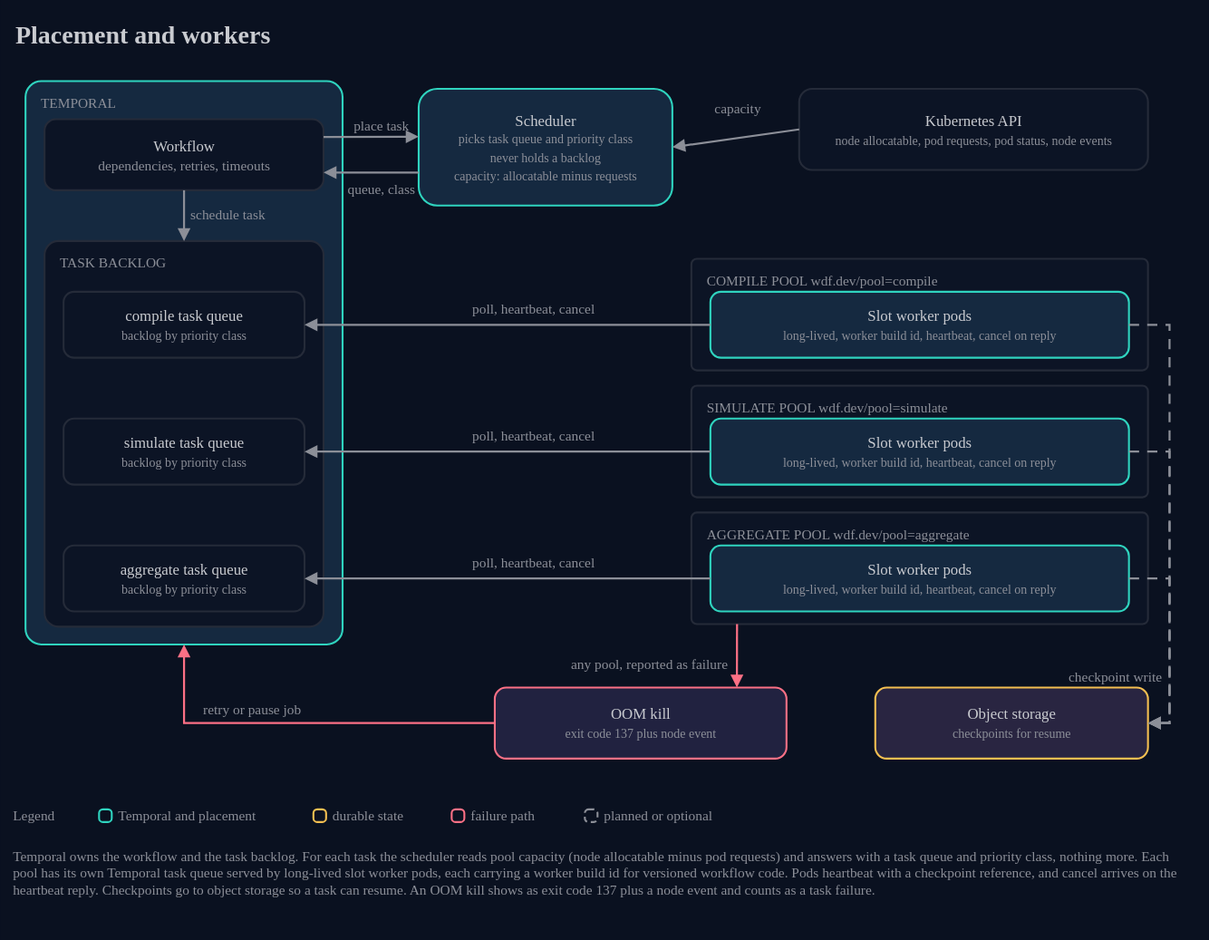
AndoNorth/wasm-dag-forge keeps this draw.io diagram as docs/architecture/11-placement-and-workers.drawio.svg. Above is the earlier version. Source tidied: cells renumbered, new cells last; positions are measured from the earlier drawing's top-left corner, leaving out a move shared by most shapes.
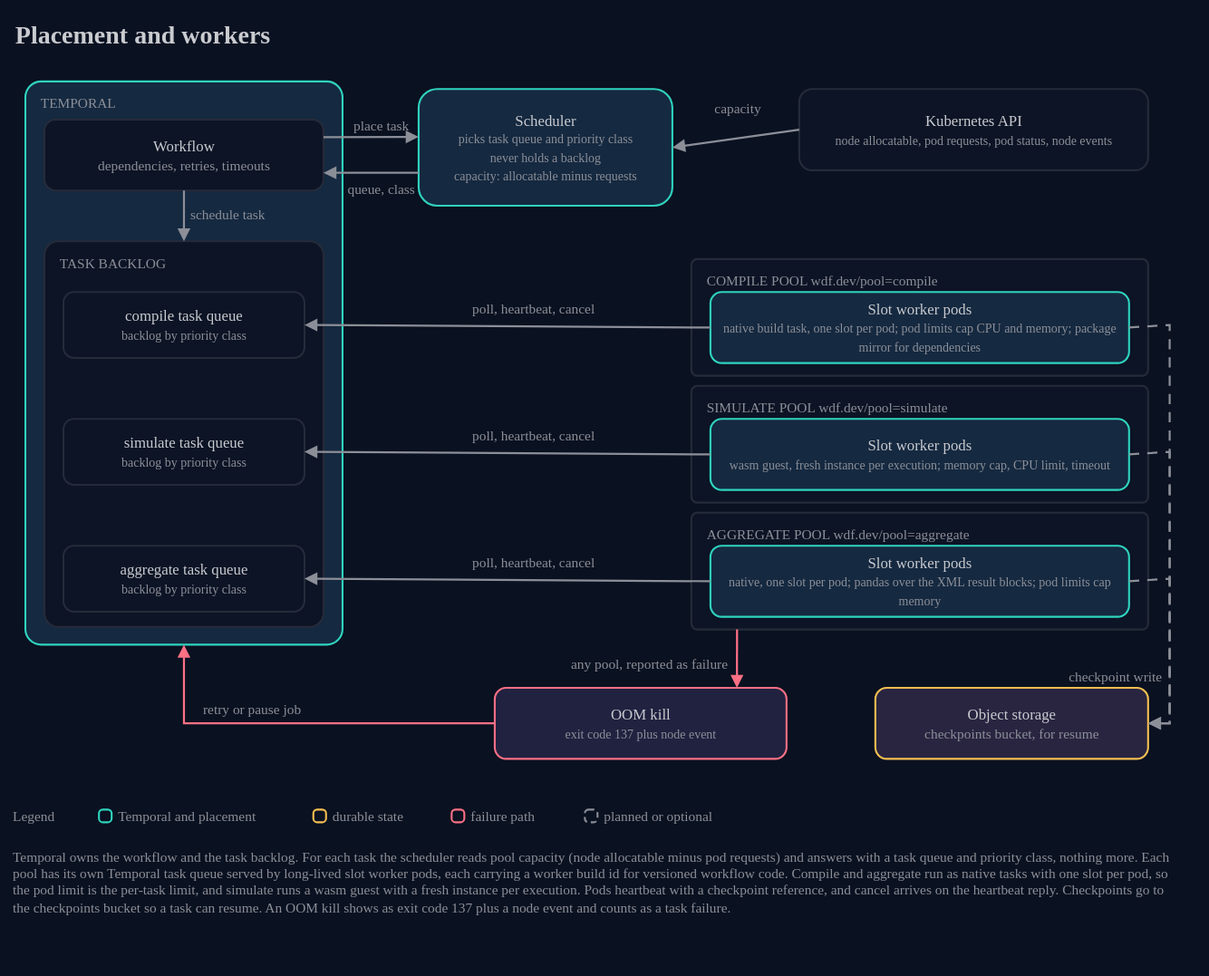
Later version of the same file.

Diff of the diagram source:
```diff
@@ -36,36 +36,36 @@
       <mxGeometry x="620" y="60" width="275" height="64" as="geometry" />
     </mxCell>
     <mxCell id="13" style="rounded=1;arcSize=5;html=1;whiteSpace=wrap;fillColor=#0c1425;strokeColor=#252b39;strokeWidth=1.5;fontColor=#c9cbd0;fontSize=12;fontFamily=IBM Plex Sans;verticalAlign=top;align=left;" parent="1" vertex="1">
-      <mxGeometry x="535" y="194" width="360" height="88" as="geometry" />
+      <mxGeometry x="535" y="194" width="360" height="92" as="geometry" />
     </mxCell>
     <mxCell id="14" value="COMPILE POOL  wdf.dev/pool=compile" style="text;html=1;strokeColor=none;fillColor=none;align=left;verticalAlign=middle;whiteSpace=nowrap;fontColor=#8c8f98;fontSize=11;fontFamily=IBM Plex Mono;spacing=0;" parent="1" vertex="1">
       <mxGeometry x="547" y="202" width="336" height="18" as="geometry" />
     </mxCell>
-    <mxCell id="15" value="Slot worker pods&lt;br&gt;&lt;font color=&quot;#8c8f98&quot; style=&quot;font-size:10px&quot;&gt;long-lived, worker build id, heartbeat, cancel on reply&lt;/font&gt;" style="rounded=1;arcSize=16;html=1;whiteSpace=wrap;fillColor=#152940;strokeColor=#2fd4bf;strokeWidth=1.5;fontColor=#c9cbd0;fontSize=12;fontFamily=IBM Plex Sans;" parent="1" vertex="1">
-      <mxGeometry x="550" y="220" width="330" height="52" as="geometry" />
+    <mxCell id="15" value="Slot worker pods&lt;br&gt;&lt;font color=&quot;#8c8f98&quot; style=&quot;font-size:10px&quot;&gt;native build task, one slot per pod; pod limits cap CPU and memory; package mirror for dependencies&lt;/font&gt;" style="rounded=1;arcSize=16;html=1;whiteSpace=wrap;fillColor=#152940;strokeColor=#2fd4bf;strokeWidth=1.5;fontColor=#c9cbd0;fontSize=12;fontFamily=IBM Plex Sans;" parent="1" vertex="1">
+      <mxGeometry x="550" y="220" width="330" height="56" as="geometry" />
     </mxCell>
     <mxCell id="16" style="rounded=1;arcSize=5;html=1;whiteSpace=wrap;fillColor=#0c1425;strokeColor=#252b39;strokeWidth=1.5;fontColor=#c9cbd0;fontSize=12;fontFamily=IBM Plex Sans;verticalAlign=top;align=left;" parent="1" vertex="1">
-      <mxGeometry x="535" y="294" width="360" height="88" as="geometry" />
+      <mxGeometry x="535" y="294" width="360" height="92" as="geometry" />
     </mxCell>
     <mxCell id="17" value="SIMULATE POOL  wdf.dev/pool=simulate" style="text;html=1;strokeColor=none;fillColor=none;align=left;verticalAlign=middle;whiteSpace=nowrap;fontColor=#8c8f98;fontSize=11;fontFamily=IBM Plex Mono;spacing=0;" parent="1" vertex="1">
       <mxGeometry x="547" y="302" width="336" height="18" as="geometry" />
     </mxCell>
-    <mxCell id="18" value="Slot worker pods&lt;br&gt;&lt;font color=&quot;#8c8f98&quot; style=&quot;font-size:10px&quot;&gt;long-lived, worker build id, heartbeat, cancel on reply&lt;/font&gt;" style="rounded=1;arcSize=16;html=1;whiteSpace=wrap;fillColor=#152940;strokeColor=#2fd4bf;strokeWidth=1.5;fontColor=#c9cbd0;fontSize=12;fontFamily=IBM Plex Sans;" parent="1" vertex="1">
-      <mxGeometry x="550" y="320" width="330" height="52" as="geometry" />
+    <mxCell id="18" value="Slot worker pods&lt;br&gt;&lt;font color=&quot;#8c8f98&quot; style=&quot;font-size:10px&quot;&gt;wasm guest, fresh instance per execution; memory cap, CPU limit, timeout&lt;/font&gt;" style="rounded=1;arcSize=16;html=1;whiteSpace=wrap;fillColor=#152940;strokeColor=#2fd4bf;strokeWidth=1.5;fontColor=#c9cbd0;fontSize=12;fontFamily=IBM Plex Sans;" parent="1" vertex="1">
+      <mxGeometry x="550" y="320" width="330" height="56" as="geometry" />
     </mxCell>
     <mxCell id="19" style="rounded=1;arcSize=5;html=1;whiteSpace=wrap;fillColor=#0c1425;strokeColor=#252b39;strokeWidth=1.5;fontColor=#c9cbd0;fontSize=12;fontFamily=IBM Plex Sans;verticalAlign=top;align=left;" parent="1" vertex="1">
-      <mxGeometry x="535" y="394" width="360" height="88" as="geometry" />
+      <mxGeometry x="535" y="394" width="360" height="92" as="geometry" />
     </mxCell>
     <mxCell id="20" value="AGGREGATE POOL  wdf.dev/pool=aggregate" style="text;html=1;strokeColor=none;fillColor=none;align=left;verticalAlign=middle;whiteSpace=nowrap;fontColor=#8c8f98;fontSize=11;fontFamily=IBM Plex Mono;spacing=0;" parent="1" vertex="1">
       <mxGeometry x="547" y="402" width="336" height="18" as="geometry" />
     </mxCell>
-    <mxCell id="21" value="Slot worker pods&lt;br&gt;&lt;font color=&quot;#8c8f98&quot; style=&quot;font-size:10px&quot;&gt;long-lived, worker build id, heartbeat, cancel on reply&lt;/font&gt;" style="rounded=1;arcSize=16;html=1;whiteSpace=wrap;fillColor=#152940;strokeColor=#2fd4bf;strokeWidth=1.5;fontColor=#c9cbd0;fontSize=12;fontFamily=IBM Plex Sans;" parent="1" vertex="1">
-      <mxGeometry x="550" y="420" width="330" height="52" as="geometry" />
+    <mxCell id="21" value="Slot worker pods&lt;br&gt;&lt;font color=&quot;#8c8f98&quot; style=&quot;font-size:10px&quot;&gt;native, one slot per pod; pandas over the XML result blocks; pod limits cap memory&lt;/font&gt;" style="rounded=1;arcSize=16;html=1;whiteSpace=wrap;fillColor=#152940;strokeColor=#2fd4bf;strokeWidth=1.5;fontColor=#c9cbd0;fontSize=12;fontFamily=IBM Plex Sans;" parent="1" vertex="1">
+      <mxGeometry x="550" y="420" width="330" height="56" as="geometry" />
     </mxCell>
     <mxCell id="22" value="OOM kill&lt;br&gt;&lt;font color=&quot;#8c8f98&quot; style=&quot;font-size:10px&quot;&gt;exit code 137 plus node event&lt;/font&gt;" style="rounded=1;arcSize=16;html=1;whiteSpace=wrap;fillColor=#212240;strokeColor=#fb7085;strokeWidth=1.5;fontColor=#c9cbd0;fontSize=12;fontFamily=IBM Plex Sans;" parent="1" vertex="1">
       <mxGeometry x="380" y="532" width="230" height="56" as="geometry" />
     </mxCell>
-    <mxCell id="23" value="Object storage&lt;br&gt;&lt;font color=&quot;#8c8f98&quot; style=&quot;font-size:10px&quot;&gt;checkpoints for resume&lt;/font&gt;" style="rounded=1;arcSize=16;html=1;whiteSpace=wrap;fillColor=#292541;strokeColor=#f4bf51;strokeWidth=1.5;fontColor=#c9cbd0;fontSize=12;fontFamily=IBM Plex Sans;" parent="1" vertex="1">
+    <mxCell id="23" value="Object storage&lt;br&gt;&lt;font color=&quot;#8c8f98&quot; style=&quot;font-size:11px&quot;&gt;checkpoints bucket, for resume&lt;/font&gt;" style="rounded=1;arcSize=16;html=1;whiteSpace=wrap;fillColor=#292541;strokeColor=#f4bf51;strokeWidth=1.5;fontColor=#c9cbd0;fontSize=12;fontFamily=IBM Plex Sans;" parent="1" vertex="1">
       <mxGeometry x="680" y="532" width="215" height="56" as="geometry" />
     </mxCell>
     <mxCell id="24" style="endArrow=block;endFill=1;startArrow=none;startFill=1;html=1;rounded=0;strokeColor=#8c8f98;strokeWidth=1.6;exitX=1;exitY=0.25;exitDx=0;exitDy=0;entryX=0;entryY=0.41;entryDx=0;entryDy=0;" parent="1" edge="1" source="5" target="11">
@@ -180,8 +180,8 @@
     <mxCell id="54" value="planned or optional" style="text;html=1;strokeColor=none;fillColor=none;align=left;verticalAlign=middle;whiteSpace=nowrap;fontColor=#8c8f98;fontSize=11;fontFamily=IBM Plex Sans;spacing=0;" parent="1" vertex="1">
       <mxGeometry x="466" y="624" width="116" height="18" as="geometry" />
     </mxCell>
-    <mxCell id="55" value="Temporal owns the workflow and the task backlog. For each task the scheduler reads pool capacity (node allocatable minus pod requests) and answers with a task queue and priority class, nothing more. Each pool has its own Temporal task queue served by long-lived slot worker pods, each carrying a worker build id for versioned workflow code. Pods heartbeat with a checkpoint reference, and cancel arrives on the heartbeat reply. Checkpoints go to object storage so a task can resume. An OOM kill shows as exit code 137 plus a node event and counts as a task failure." style="text;html=1;strokeColor=none;fillColor=none;align=left;verticalAlign=top;whiteSpace=wrap;fontColor=#8c8f98;fontSize=11;fontFamily=IBM Plex Sans;spacing=0;" parent="1" vertex="1">
-      <mxGeometry y="654" width="920" height="56" as="geometry" />
+    <mxCell id="55" value="Temporal owns the workflow and the task backlog. For each task the scheduler reads pool capacity (node allocatable minus pod requests) and answers with a task queue and priority class, nothing more. Each pool has its own Temporal task queue served by long-lived slot worker pods, each carrying a worker build id for versioned workflow code. Compile and aggregate run as native tasks with one slot per pod, so the pod limit is the per-task limit, and simulate runs a wasm guest with a fresh instance per execution. Pods heartbeat with a checkpoint reference, and cancel arrives on the heartbeat reply. Checkpoints go to the checkpoints bucket so a task can resume. An OOM kill shows as exit code 137 plus a node event and counts as a task failure." style="text;html=1;strokeColor=none;fillColor=none;align=left;verticalAlign=top;whiteSpace=wrap;fontColor=#8c8f98;fontSize=11;fontFamily=IBM Plex Sans;spacing=0;" parent="1" vertex="1">
+      <mxGeometry y="654" width="920" height="84" as="geometry" />
     </mxCell>
   </root>
 </mxGraphModel>
```
